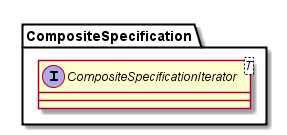
Before: malokhvii-eduard/malokhvii05/doc/plantuml/png/ua.khpi.oop.malokhvii05.common.specification.CompositeSpecification.CompositeSpecificationIterator.png, a diagram exported from PlantUML (P-Kalin/kit26a).
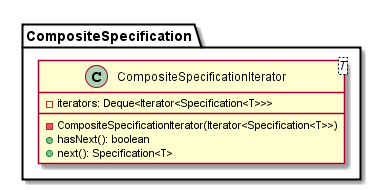
After the commit.

Change to the diagram source:
```diff
@@ -1,6 +1,10 @@
 @startuml
 
-    interface CompositeSpecification.CompositeSpecificationIterator<T> {
+    class CompositeSpecification.CompositeSpecificationIterator<T> {
+        -iterators: Deque<Iterator<Specification<T>>>
+        -CompositeSpecificationIterator(Iterator<Specification<T>>)
+        +hasNext(): boolean
+        +next(): Specification<T>
     }
 
 @enduml
```
